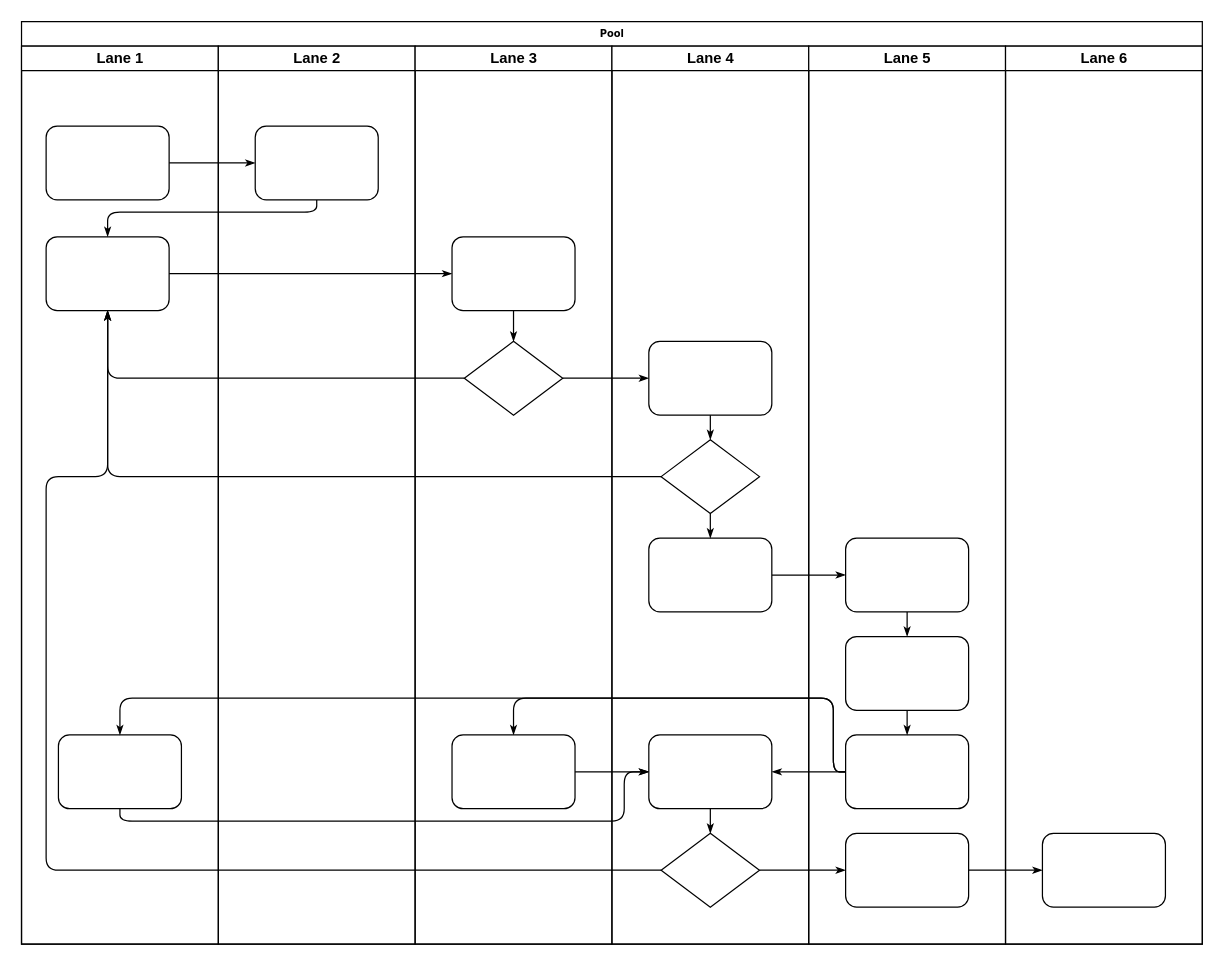
KongValley/hugo keeps this draw.io diagram as Untitled Diagram.drawio. Above is the earlier version. Source tidied: cells renumbered, new cells numbered last; positions are measured from the earlier drawing's top-left corner, leaving out a move shared by most shapes. Both pictures are drawn from the tidied source at 123%, with x=0, y=0 at pixel (21, 21).
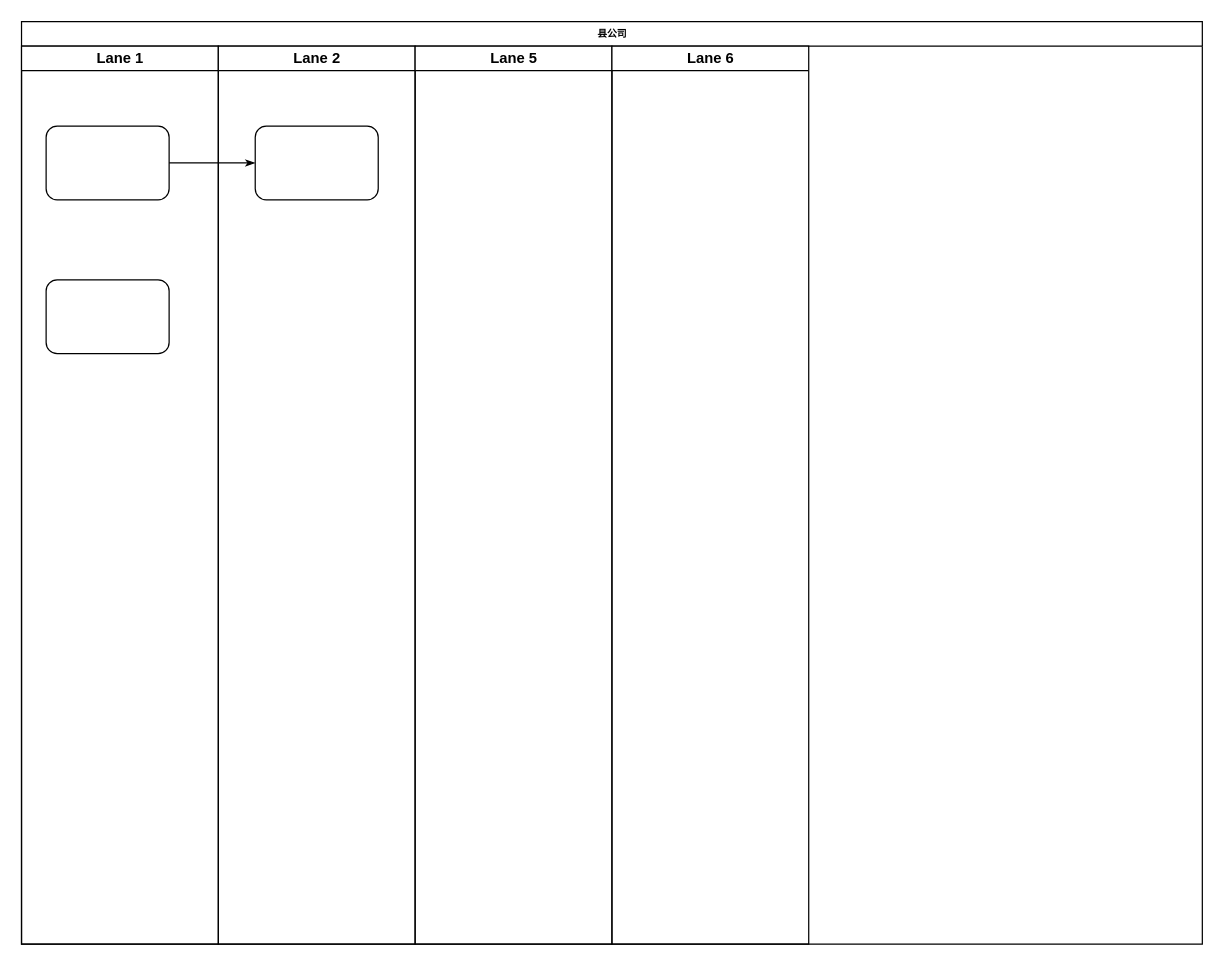
Above is the later version.

Unchanged cells that the change refers to:
```xml
<mxCell id="3" value="Lane 1" style="swimlane;html=1;startSize=20;" parent="2" vertex="1">
  <mxGeometry y="20" width="160" height="730" as="geometry" />
</mxCell>
<mxCell id="23" style="rounded=1;whiteSpace=wrap;html=1;shadow=0;labelBackgroundColor=none;strokeWidth=1;fontFamily=Verdana;fontSize=8;align=center;" parent="22" vertex="1">
  <mxGeometry x="30" y="65" width="100" height="60" as="geometry" />
</mxCell>
```

Change to the diagram source:
```diff
@@
-    <mxCell id="2" value="Pool" style="swimlane;html=1;startSize=20;rounded=0;shadow=0;labelBackgroundColor=none;strokeWidth=1;fontFamily=Verdana;fontSize=8;align=center;" parent="1" vertex="1">
+    <mxCell id="2" value="县公司" style="swimlane;html=1;startSize=20;rounded=0;shadow=0;labelBackgroundColor=none;strokeWidth=1;fontFamily=Verdana;fontSize=8;align=center;" parent="1" vertex="1">
       <mxGeometry width="960" height="750" as="geometry" />
     </mxCell>
@@
-    <mxCell id="5" style="rounded=1;whiteSpace=wrap;html=1;shadow=0;labelBackgroundColor=none;strokeWidth=1;fontFamily=Verdana;fontSize=8;align=center;" parent="3" vertex="1">
-      <mxGeometry x="20" y="155" width="100" height="60" as="geometry" />
-    </mxCell>
     <mxCell id="6" style="rounded=1;whiteSpace=wrap;html=1;shadow=0;labelBackgroundColor=none;strokeWidth=1;fontFamily=Verdana;fontSize=8;align=center;" parent="3" vertex="1">
-      <mxGeometry x="30" y="560" width="100" height="60" as="geometry" />
+      <mxGeometry x="20" y="190" width="100" height="60" as="geometry" />
     </mxCell>
@@
-    <mxCell id="8" style="edgeStyle=orthogonalEdgeStyle;rounded=1;html=1;labelBackgroundColor=none;startArrow=none;startFill=0;startSize=5;endArrow=classicThin;endFill=1;endSize=5;jettySize=auto;strokeWidth=1;fontFamily=Verdana;fontSize=8;" parent="2" edge="1" source="23" target="5">
-      <mxGeometry relative="1" as="geometry">
-        <Array as="points">
-          <mxPoint x="240" y="155" />
-          <mxPoint x="70" y="155" />
-        </Array>
-      </mxGeometry>
-    </mxCell>
-    <mxCell id="9" style="edgeStyle=orthogonalEdgeStyle;rounded=1;html=1;labelBackgroundColor=none;startArrow=none;startFill=0;startSize=5;endArrow=classicThin;endFill=1;endSize=5;jettySize=auto;strokeWidth=1;fontFamily=Verdana;fontSize=8;" parent="2" edge="1" source="5" target="25">
-      <mxGeometry relative="1" as="geometry" />
-    </mxCell>
-    <mxCell id="10" style="edgeStyle=orthogonalEdgeStyle;rounded=1;html=1;labelBackgroundColor=none;startArrow=none;startFill=0;startSize=5;endArrow=classicThin;endFill=1;endSize=5;jettySize=auto;strokeWidth=1;fontFamily=Verdana;fontSize=8;" parent="2" edge="1" source="26" target="5">
-      <mxGeometry relative="1" as="geometry" />
-    </mxCell>
-    <mxCell id="11" style="edgeStyle=orthogonalEdgeStyle;rounded=1;html=1;labelBackgroundColor=none;startArrow=none;startFill=0;startSize=5;endArrow=classicThin;endFill=1;endSize=5;jettySize=auto;strokeWidth=1;fontFamily=Verdana;fontSize=8;" parent="2" edge="1" source="31" target="5">
-      <mxGeometry relative="1" as="geometry" />
-    </mxCell>
-    <mxCell id="12" style="edgeStyle=orthogonalEdgeStyle;rounded=1;html=1;labelBackgroundColor=none;startArrow=none;startFill=0;startSize=5;endArrow=classicThin;endFill=1;endSize=5;jettySize=auto;strokeWidth=1;fontFamily=Verdana;fontSize=8;" parent="2" edge="1" source="34" target="5">
-      <mxGeometry relative="1" as="geometry">
-        <Array as="points">
-          <mxPoint x="20" y="690" />
-          <mxPoint x="20" y="370" />
-          <mxPoint x="70" y="370" />
-        </Array>
-      </mxGeometry>
-    </mxCell>
-    <mxCell id="13" style="edgeStyle=orthogonalEdgeStyle;rounded=1;html=1;labelBackgroundColor=none;startArrow=none;startFill=0;startSize=5;endArrow=classicThin;endFill=1;endSize=5;jettySize=auto;strokeWidth=1;fontFamily=Verdana;fontSize=8;" parent="2" edge="1" source="26" target="30">
-      <mxGeometry relative="1" as="geometry" />
-    </mxCell>
-    <mxCell id="14" style="edgeStyle=orthogonalEdgeStyle;rounded=1;html=1;labelBackgroundColor=none;startArrow=none;startFill=0;startSize=5;endArrow=classicThin;endFill=1;endSize=5;jettySize=auto;strokeWidth=1;fontFamily=Verdana;fontSize=8;" parent="2" edge="1" source="34" target="42">
-      <mxGeometry relative="1" as="geometry" />
-    </mxCell>
-    <mxCell id="15" style="edgeStyle=orthogonalEdgeStyle;rounded=1;html=1;labelBackgroundColor=none;startArrow=none;startFill=0;startSize=5;endArrow=classicThin;endFill=1;endSize=5;jettySize=auto;strokeWidth=1;fontFamily=Verdana;fontSize=8;" parent="2" edge="1" source="42" target="46">
-      <mxGeometry relative="1" as="geometry" />
-    </mxCell>
-    <mxCell id="16" style="edgeStyle=orthogonalEdgeStyle;rounded=1;html=1;labelBackgroundColor=none;startArrow=none;startFill=0;startSize=5;endArrow=classicThin;endFill=1;endSize=5;jettySize=auto;strokeWidth=1;fontFamily=Verdana;fontSize=8;" parent="2" edge="1" source="32" target="39">
-      <mxGeometry relative="1" as="geometry" />
-    </mxCell>
-    <mxCell id="17" style="edgeStyle=orthogonalEdgeStyle;rounded=1;html=1;labelBackgroundColor=none;startArrow=none;startFill=0;startSize=5;endArrow=classicThin;endFill=1;endSize=5;jettySize=auto;strokeWidth=1;fontFamily=Verdana;fontSize=8;" parent="2" edge="1" source="41" target="27">
-      <mxGeometry relative="1" as="geometry">
-        <Array as="points">
-          <mxPoint x="660" y="610" />
-          <mxPoint x="660" y="550" />
-          <mxPoint x="400" y="550" />
-        </Array>
-      </mxGeometry>
-    </mxCell>
-    <mxCell id="18" style="edgeStyle=orthogonalEdgeStyle;rounded=1;html=1;labelBackgroundColor=none;startArrow=none;startFill=0;startSize=5;endArrow=classicThin;endFill=1;endSize=5;jettySize=auto;strokeColor=#000000;strokeWidth=1;fontFamily=Verdana;fontSize=8;fontColor=#000000;" parent="2" edge="1" source="41" target="33">
-      <mxGeometry relative="1" as="geometry" />
-    </mxCell>
-    <mxCell id="19" style="edgeStyle=orthogonalEdgeStyle;rounded=1;html=1;labelBackgroundColor=none;startArrow=none;startFill=0;startSize=5;endArrow=classicThin;endFill=1;endSize=5;jettySize=auto;strokeWidth=1;fontFamily=Verdana;fontSize=8;" parent="2" edge="1" source="41" target="6">
-      <mxGeometry relative="1" as="geometry">
-        <Array as="points">
-          <mxPoint x="660" y="610" />
-          <mxPoint x="660" y="550" />
-          <mxPoint x="80" y="550" />
-        </Array>
-      </mxGeometry>
-    </mxCell>
-    <mxCell id="20" style="edgeStyle=orthogonalEdgeStyle;rounded=1;html=1;labelBackgroundColor=none;startArrow=none;startFill=0;startSize=5;endArrow=classicThin;endFill=1;endSize=5;jettySize=auto;strokeWidth=1;fontFamily=Verdana;fontSize=8;" parent="2" edge="1" source="6" target="33">
-      <mxGeometry relative="1" as="geometry">
-        <Array as="points">
-          <mxPoint x="80" y="650" />
-          <mxPoint x="490" y="650" />
-          <mxPoint x="490" y="610" />
-        </Array>
-      </mxGeometry>
-    </mxCell>
-    <mxCell id="21" style="edgeStyle=orthogonalEdgeStyle;rounded=1;html=1;labelBackgroundColor=none;startArrow=none;startFill=0;startSize=5;endArrow=classicThin;endFill=1;endSize=5;jettySize=auto;strokeWidth=1;fontFamily=Verdana;fontSize=8;" parent="2" edge="1" source="27" target="33">
-      <mxGeometry relative="1" as="geometry" />
-    </mxCell>
@@
-    <mxCell id="24" value="Lane 3" style="swimlane;html=1;startSize=20;" parent="2" vertex="1">
-      <mxGeometry x="320" y="20" width="160" height="730" as="geometry" />
-    </mxCell>
-    <mxCell id="25" style="rounded=1;whiteSpace=wrap;html=1;shadow=0;labelBackgroundColor=none;strokeWidth=1;fontFamily=Verdana;fontSize=8;align=center;" parent="24" vertex="1">
-      <mxGeometry x="30" y="155" width="100" height="60" as="geometry" />
-    </mxCell>
-    <mxCell id="26" style="rhombus;whiteSpace=wrap;html=1;rounded=0;shadow=0;labelBackgroundColor=none;strokeWidth=1;fontFamily=Verdana;fontSize=8;align=center;" parent="24" vertex="1">
-      <mxGeometry x="40" y="240" width="80" height="60" as="geometry" />
-    </mxCell>
-    <mxCell id="27" style="rounded=1;whiteSpace=wrap;html=1;shadow=0;labelBackgroundColor=none;strokeWidth=1;fontFamily=Verdana;fontSize=8;align=center;" parent="24" vertex="1">
-      <mxGeometry x="30" y="560" width="100" height="60" as="geometry" />
-    </mxCell>
-    <mxCell id="28" style="edgeStyle=orthogonalEdgeStyle;rounded=1;html=1;labelBackgroundColor=none;startArrow=none;startFill=0;startSize=5;endArrow=classicThin;endFill=1;endSize=5;jettySize=auto;strokeWidth=1;fontFamily=Verdana;fontSize=8;" parent="24" edge="1" source="25" target="26">
-      <mxGeometry relative="1" as="geometry" />
-    </mxCell>
-    <mxCell id="29" value="Lane 4" style="swimlane;html=1;startSize=20;" parent="2" vertex="1">
-      <mxGeometry x="480" y="20" width="160" height="730" as="geometry" />
-    </mxCell>
-    <mxCell id="30" style="rounded=1;whiteSpace=wrap;html=1;shadow=0;labelBackgroundColor=none;strokeWidth=1;fontFamily=Verdana;fontSize=8;align=center;" parent="29" vertex="1">
-      <mxGeometry x="30" y="240" width="100" height="60" as="geometry" />
-    </mxCell>
-    <mxCell id="31" style="rhombus;whiteSpace=wrap;html=1;rounded=0;shadow=0;labelBackgroundColor=none;strokeWidth=1;fontFamily=Verdana;fontSize=8;align=center;" parent="29" vertex="1">
-      <mxGeometry x="40" y="320" width="80" height="60" as="geometry" />
-    </mxCell>
-    <mxCell id="32" style="rounded=1;whiteSpace=wrap;html=1;shadow=0;labelBackgroundColor=none;strokeWidth=1;fontFamily=Verdana;fontSize=8;align=center;" parent="29" vertex="1">
-      <mxGeometry x="30" y="400" width="100" height="60" as="geometry" />
-    </mxCell>
-    <mxCell id="33" style="rounded=1;whiteSpace=wrap;html=1;shadow=0;labelBackgroundColor=none;strokeWidth=1;fontFamily=Verdana;fontSize=8;align=center;" parent="29" vertex="1">
-      <mxGeometry x="30" y="560" width="100" height="60" as="geometry" />
-    </mxCell>
-    <mxCell id="34" style="rhombus;whiteSpace=wrap;html=1;rounded=0;shadow=0;labelBackgroundColor=none;strokeWidth=1;fontFamily=Verdana;fontSize=8;align=center;" parent="29" vertex="1">
-      <mxGeometry x="40" y="640" width="80" height="60" as="geometry" />
-    </mxCell>
-    <mxCell id="35" style="edgeStyle=orthogonalEdgeStyle;rounded=1;html=1;labelBackgroundColor=none;startArrow=none;startFill=0;startSize=5;endArrow=classicThin;endFill=1;endSize=5;jettySize=auto;strokeColor=#000000;strokeWidth=1;fontFamily=Verdana;fontSize=8;fontColor=#000000;" parent="29" edge="1" source="30" target="31">
-      <mxGeometry relative="1" as="geometry" />
-    </mxCell>
-    <mxCell id="36" style="edgeStyle=orthogonalEdgeStyle;rounded=1;html=1;labelBackgroundColor=none;startArrow=none;startFill=0;startSize=5;endArrow=classicThin;endFill=1;endSize=5;jettySize=auto;strokeWidth=1;fontFamily=Verdana;fontSize=8;" parent="29" edge="1" source="31" target="32">
-      <mxGeometry relative="1" as="geometry" />
-    </mxCell>
-    <mxCell id="37" style="edgeStyle=orthogonalEdgeStyle;rounded=1;html=1;labelBackgroundColor=none;startArrow=none;startFill=0;startSize=5;endArrow=classicThin;endFill=1;endSize=5;jettySize=auto;strokeWidth=1;fontFamily=Verdana;fontSize=8;" parent="29" edge="1" source="33" target="34">
-      <mxGeometry relative="1" as="geometry" />
-    </mxCell>
     <mxCell id="38" value="Lane 5" style="swimlane;html=1;startSize=20;" parent="2" vertex="1">
-      <mxGeometry x="640" y="20" width="160" height="730" as="geometry" />
+      <mxGeometry x="320" y="20" width="160" height="730" as="geometry" />
     </mxCell>
-    <mxCell id="39" style="rounded=1;whiteSpace=wrap;html=1;shadow=0;labelBackgroundColor=none;strokeWidth=1;fontFamily=Verdana;fontSize=8;align=center;" parent="38" vertex="1">
-      <mxGeometry x="30" y="400" width="100" height="60" as="geometry" />
-    </mxCell>
-    <mxCell id="40" style="rounded=1;whiteSpace=wrap;html=1;shadow=0;labelBackgroundColor=none;strokeWidth=1;fontFamily=Verdana;fontSize=8;align=center;" parent="38" vertex="1">
-      <mxGeometry x="30" y="480" width="100" height="60" as="geometry" />
-    </mxCell>
-    <mxCell id="41" style="rounded=1;whiteSpace=wrap;html=1;shadow=0;labelBackgroundColor=none;strokeWidth=1;fontFamily=Verdana;fontSize=8;align=center;" parent="38" vertex="1">
-      <mxGeometry x="30" y="560" width="100" height="60" as="geometry" />
-    </mxCell>
-    <mxCell id="42" style="rounded=1;whiteSpace=wrap;html=1;shadow=0;labelBackgroundColor=none;strokeWidth=1;fontFamily=Verdana;fontSize=8;align=center;" parent="38" vertex="1">
-      <mxGeometry x="30" y="640" width="100" height="60" as="geometry" />
-    </mxCell>
-    <mxCell id="43" style="edgeStyle=orthogonalEdgeStyle;rounded=1;html=1;labelBackgroundColor=none;startArrow=none;startFill=0;startSize=5;endArrow=classicThin;endFill=1;endSize=5;jettySize=auto;strokeWidth=1;fontFamily=Verdana;fontSize=8;" parent="38" edge="1" source="39" target="40">
-      <mxGeometry relative="1" as="geometry" />
-    </mxCell>
-    <mxCell id="44" style="edgeStyle=orthogonalEdgeStyle;rounded=1;html=1;labelBackgroundColor=none;startArrow=none;startFill=0;startSize=5;endArrow=classicThin;endFill=1;endSize=5;jettySize=auto;strokeWidth=1;fontFamily=Verdana;fontSize=8;" parent="38" edge="1" source="40" target="41">
-      <mxGeometry relative="1" as="geometry" />
-    </mxCell>
     <mxCell id="45" value="Lane 6" style="swimlane;html=1;startSize=20;" parent="2" vertex="1">
-      <mxGeometry x="800" y="20" width="160" height="730" as="geometry" />
+      <mxGeometry x="480" y="20" width="160" height="730" as="geometry" />
     </mxCell>
-    <mxCell id="46" style="rounded=1;whiteSpace=wrap;html=1;shadow=0;labelBackgroundColor=none;strokeWidth=1;fontFamily=Verdana;fontSize=8;align=center;" parent="45" vertex="1">
-      <mxGeometry x="30" y="640" width="100" height="60" as="geometry" />
-    </mxCell>
```
